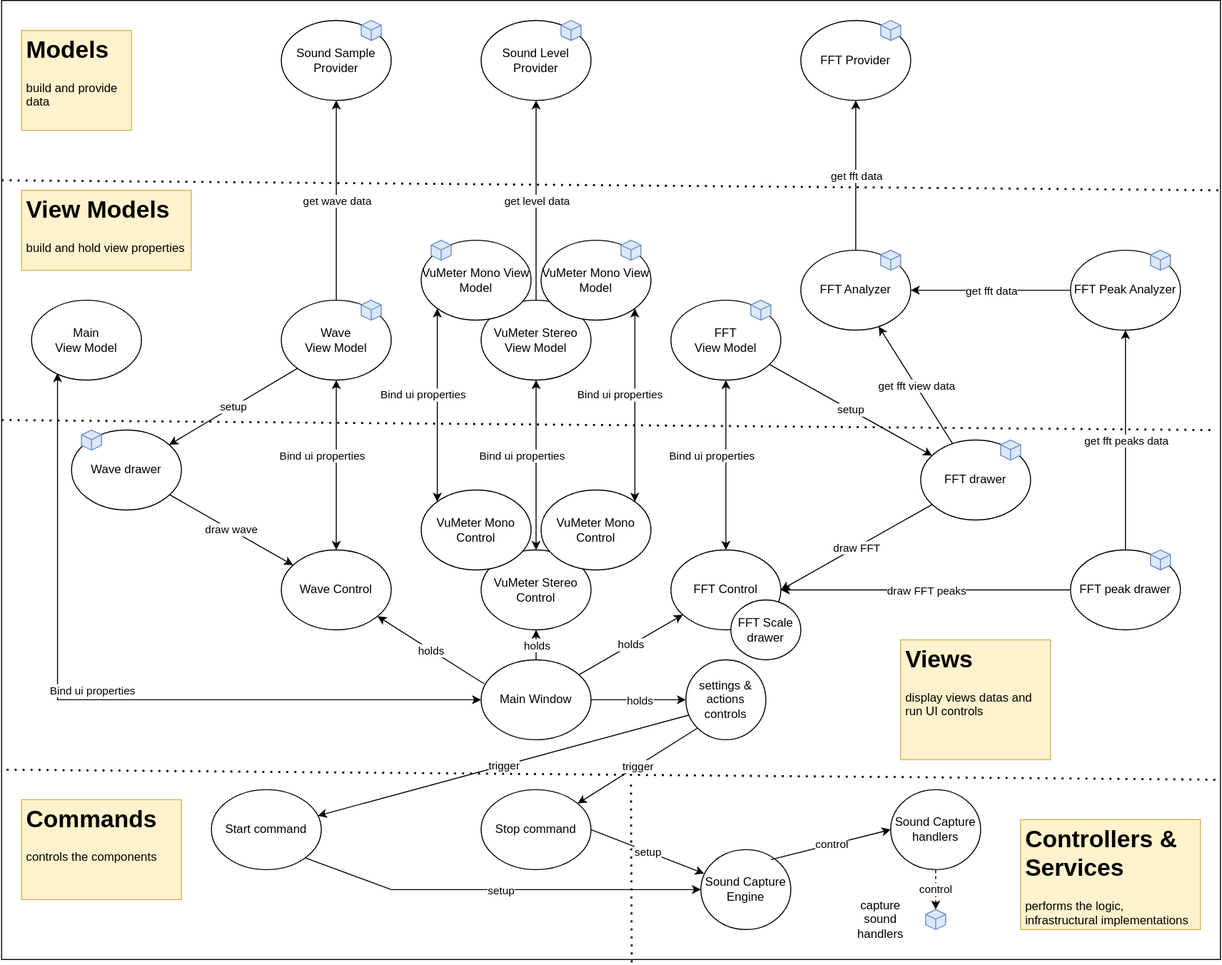
Earlier version of the draw.io export Doc/components1.drawio.svg (franck-gaspoz/WindowsAudioSessionSample). Source tidied: cells renumbered, new cells last; positions are measured from the earlier drawing's top-left corner, leaving out a move shared by most shapes.
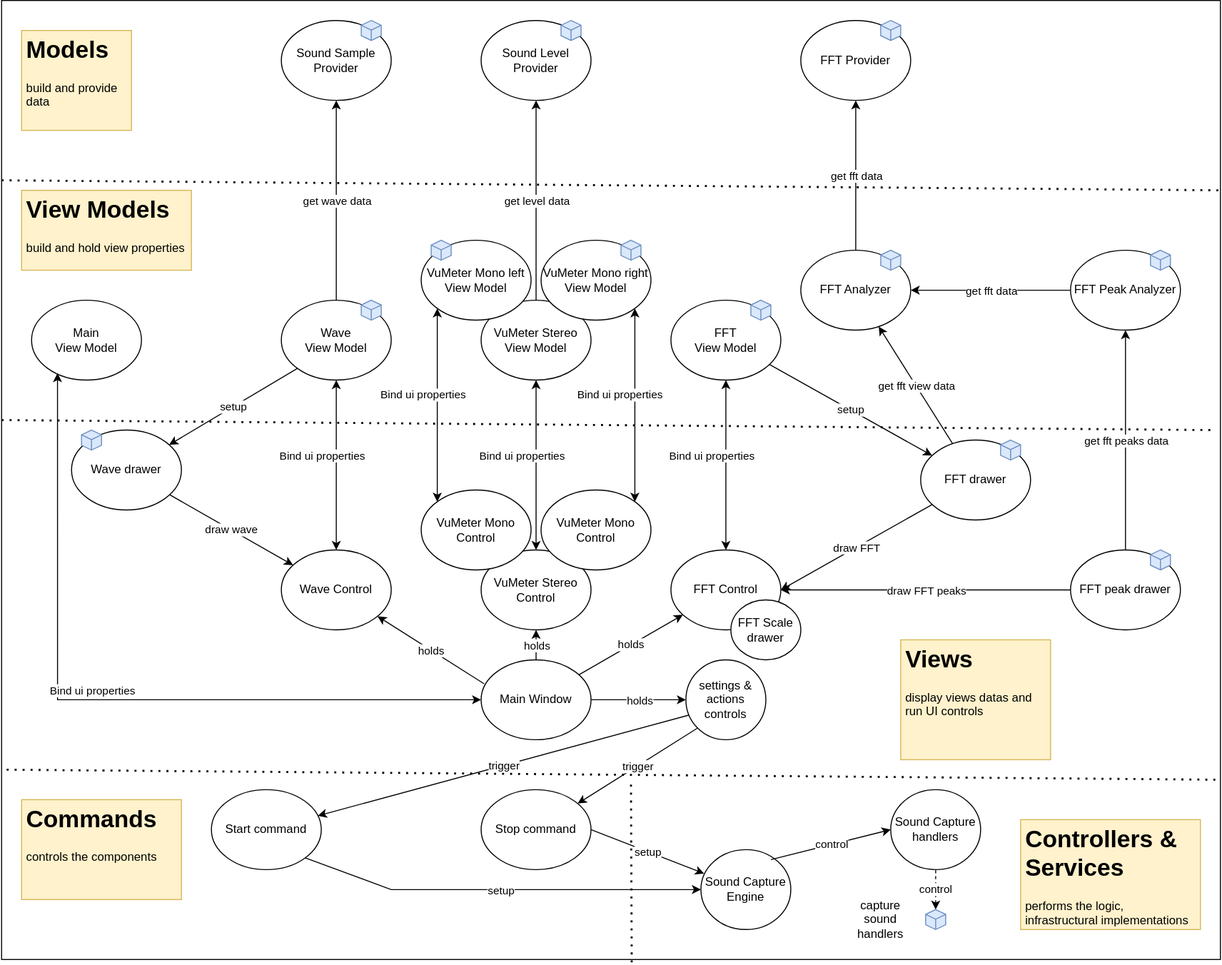
The same diagram one commit later.

The edit, as a diff of the source:
```diff
@@ -142,10 +142,10 @@
     <mxCell id="45" value="VuMeter Mono Control" style="ellipse;whiteSpace=wrap;html=1;" parent="1" vertex="1">
       <mxGeometry x="540" y="490" width="110" height="80" as="geometry" />
     </mxCell>
-    <mxCell id="46" value="VuMeter Mono View Model" style="ellipse;whiteSpace=wrap;html=1;" parent="1" vertex="1">
+    <mxCell id="46" value="VuMeter Mono left View Model" style="ellipse;whiteSpace=wrap;html=1;" parent="1" vertex="1">
       <mxGeometry x="420" y="240" width="110" height="80" as="geometry" />
     </mxCell>
-    <mxCell id="47" value="VuMeter Mono View Model" style="ellipse;whiteSpace=wrap;html=1;" parent="1" vertex="1">
+    <mxCell id="47" value="VuMeter Mono right View Model" style="ellipse;whiteSpace=wrap;html=1;" parent="1" vertex="1">
       <mxGeometry x="540" y="240" width="110" height="80" as="geometry" />
     </mxCell>
     <mxCell id="48" style="endArrow=none;dashed=1;html=1;dashPattern=1 3;strokeWidth=2;rounded=0;" parent="1" edge="1">
```
